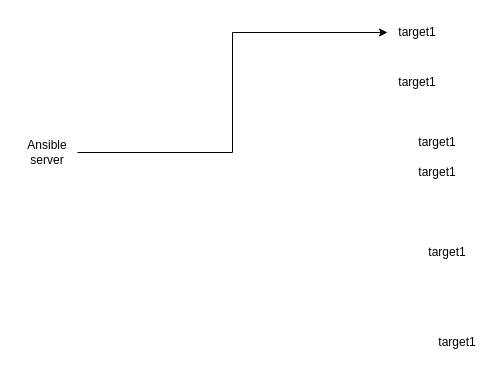
Earlier version of the draw.io diagram page "Page-3" (3 of 3) of Untitled Diagram.drawio (jvsocial/ansible-training-webapp). Source tidied: cells renumbered, new cells numbered last; positions are measured from the earlier drawing's top-left corner, leaving out a move shared by most shapes. Both pictures are drawn from the tidied source at 100%, with x=0, y=0 at pixel (17, 17).
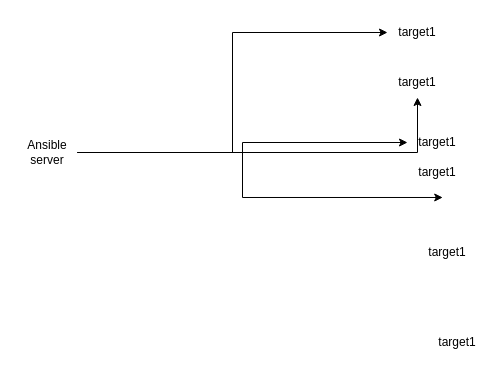
The same page after the edit.

Diff of the diagram source:
```diff
@@
 <mxGraphModel>
   <root>
     <mxCell id="0" />
     <mxCell id="1" parent="0" />
     <mxCell id="2" style="edgeStyle=orthogonalEdgeStyle;rounded=0;jettySize=auto;html=1;entryX=0;entryY=0.5;entryDx=0;entryDy=0;" parent="1" edge="1" source="3" target="5">
       <mxGeometry relative="1" as="geometry" />
     </mxCell>
+    <mxCell id="10" style="edgeStyle=orthogonalEdgeStyle;rounded=0;jettySize=auto;html=1;" parent="1" edge="1" source="3" target="4">
+      <mxGeometry relative="1" as="geometry" />
+    </mxCell>
+    <mxCell id="11" style="edgeStyle=orthogonalEdgeStyle;rounded=0;jettySize=auto;html=1;" parent="1" edge="1" source="3" target="6">
+      <mxGeometry relative="1" as="geometry" />
+    </mxCell>
+    <mxCell id="12" style="edgeStyle=orthogonalEdgeStyle;rounded=0;jettySize=auto;html=1;entryX=0.587;entryY=1.333;entryDx=0;entryDy=0;entryPerimeter=0;" parent="1" edge="1" source="3" target="7">
+      <mxGeometry relative="1" as="geometry" />
+    </mxCell>
     <mxCell id="3" value="Ansible server" style="text;html=1;strokeColor=none;fillColor=none;align=center;verticalAlign=middle;whiteSpace=wrap;rounded=0;" parent="1" vertex="1">
       <mxGeometry y="120" width="60" height="30" as="geometry" />
     </mxCell>
     <mxCell id="4" value="target1" style="text;html=1;strokeColor=none;fillColor=none;align=center;verticalAlign=middle;whiteSpace=wrap;rounded=0;" parent="1" vertex="1">
       <mxGeometry x="370" y="50" width="60" height="30" as="geometry" />
     </mxCell>
     <mxCell id="5" value="target1" style="text;html=1;strokeColor=none;fillColor=none;align=center;verticalAlign=middle;whiteSpace=wrap;rounded=0;" parent="1" vertex="1">
       <mxGeometry x="370" width="60" height="30" as="geometry" />
     </mxCell>
     <mxCell id="6" value="target1" style="text;html=1;strokeColor=none;fillColor=none;align=center;verticalAlign=middle;whiteSpace=wrap;rounded=0;" parent="1" vertex="1">
       <mxGeometry x="390" y="110" width="60" height="30" as="geometry" />
     </mxCell>
     <mxCell id="7" value="target1" style="text;html=1;strokeColor=none;fillColor=none;align=center;verticalAlign=middle;whiteSpace=wrap;rounded=0;" parent="1" vertex="1">
       <mxGeometry x="390" y="140" width="60" height="30" as="geometry" />
     </mxCell>
     <mxCell id="8" value="target1" style="text;html=1;strokeColor=none;fillColor=none;align=center;verticalAlign=middle;whiteSpace=wrap;rounded=0;" parent="1" vertex="1">
       <mxGeometry x="400" y="220" width="60" height="30" as="geometry" />
     </mxCell>
     <mxCell id="9" value="target1" style="text;html=1;strokeColor=none;fillColor=none;align=center;verticalAlign=middle;whiteSpace=wrap;rounded=0;" parent="1" vertex="1">
       <mxGeometry x="410" y="310" width="60" height="30" as="geometry" />
     </mxCell>
   </root>
 </mxGraphModel>
```
